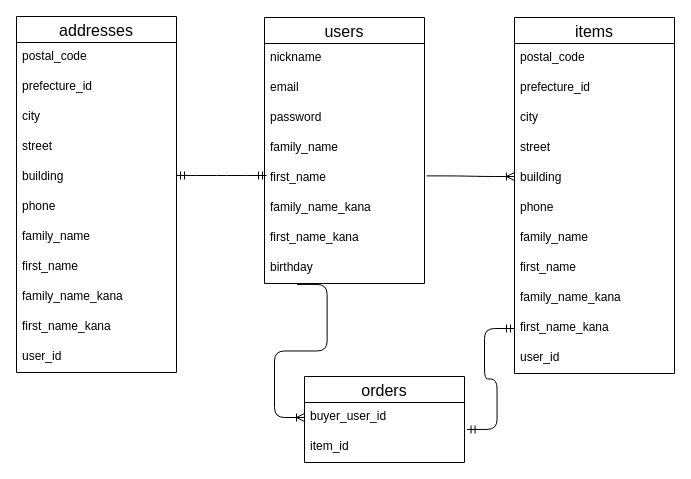
This is furima.dio from KENTA-AGAWA1984/furima-37672, a draw.io file, before an edit. Source tidied: cells renumbered, new cells numbered last; positions are measured from the earlier drawing's top-left corner, leaving out a move shared by most shapes. Both pictures are drawn from the tidied source at 100%, with x=0, y=0 at pixel (16, 16).
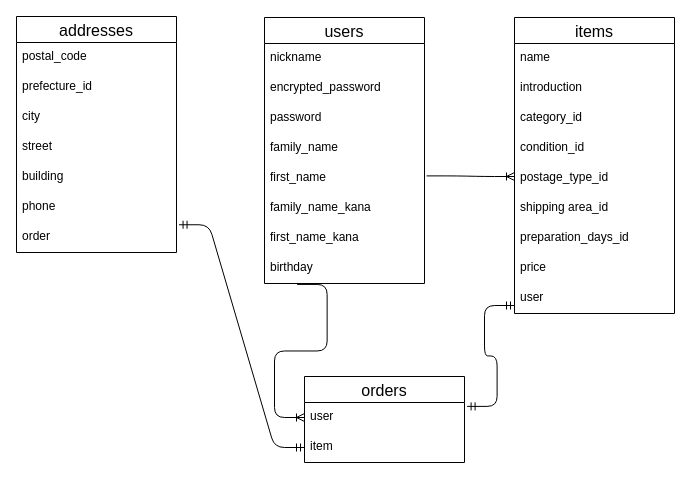
Above is the later version.

Commit message (it also covers changes not shown here):
レビュー後、READMEとER図を変更

Unchanged cells that the change refers to:
```xml
<mxCell id="2" value="users" style="swimlane;fontStyle=0;horizontal=1;startSize=26;align=center;fontSize=16;" parent="1" vertex="1">
  <mxGeometry x="248" y="1" width="160" height="266" as="geometry" />
</mxCell>
<mxCell id="37" value="orders" style="swimlane;fontStyle=0;horizontal=1;startSize=26;align=center;fontSize=16;" parent="1" vertex="1">
  <mxGeometry x="288" y="360" width="160" height="86" as="geometry" />
</mxCell>
```

Change to the diagram source:
```diff
@@
-    <mxCell id="4" value="email" style="text;strokeColor=none;fillColor=none;spacingLeft=4;spacingRight=4;overflow=hidden;fontSize=12;" parent="2" vertex="1">
+    <mxCell id="4" value="encrypted_password" style="text;strokeColor=none;fillColor=none;spacingLeft=4;spacingRight=4;overflow=hidden;fontSize=12;" parent="2" vertex="1">
       <mxGeometry y="56" width="160" height="30" as="geometry" />
     </mxCell>
@@
     <mxCell id="11" value="addresses " style="swimlane;fontStyle=0;horizontal=1;startSize=26;align=center;fontSize=16;fontColor=default;" parent="1" vertex="1">
-      <mxGeometry width="160" height="356" as="geometry" />
+      <mxGeometry width="160" height="236" as="geometry" />
     </mxCell>
@@
-    <mxCell id="18" value="family_name" style="text;strokeColor=none;fillColor=none;spacingLeft=4;spacingRight=4;overflow=hidden;fontSize=12;" parent="11" vertex="1">
-      <mxGeometry y="206" width="160" height="30" as="geometry" />
-    </mxCell>
-    <mxCell id="19" value="first_name" style="text;strokeColor=none;fillColor=none;spacingLeft=4;spacingRight=4;overflow=hidden;fontSize=12;" parent="11" vertex="1">
-      <mxGeometry y="236" width="160" height="30" as="geometry" />
-    </mxCell>
-    <mxCell id="20" value="family_name_kana" style="text;strokeColor=none;fillColor=none;spacingLeft=4;spacingRight=4;overflow=hidden;fontSize=12;" parent="11" vertex="1">
-      <mxGeometry y="266" width="160" height="30" as="geometry" />
-    </mxCell>
-    <mxCell id="21" value="first_name_kana" style="text;strokeColor=none;fillColor=none;spacingLeft=4;spacingRight=4;overflow=hidden;fontSize=12;" parent="11" vertex="1">
-      <mxGeometry y="296" width="160" height="30" as="geometry" />
-    </mxCell>
-    <mxCell id="22" value="user_id" style="text;strokeColor=none;fillColor=none;spacingLeft=4;spacingRight=4;overflow=hidden;points=[[0,0.5],[1,0.5]];portConstraint=eastwest;fontSize=12;" parent="11" vertex="1">
-      <mxGeometry y="326" width="160" height="30" as="geometry" />
+    <mxCell id="22" value="order" style="text;strokeColor=none;fillColor=none;spacingLeft=4;spacingRight=4;overflow=hidden;points=[[0,0.5],[1,0.5]];portConstraint=eastwest;fontSize=12;" parent="11" vertex="1">
+      <mxGeometry y="206" width="160" height="30" as="geometry" />
     </mxCell>
-    <mxCell id="23" style="edgeStyle=entityRelationEdgeStyle;fontSize=12;html=1;endArrow=ERmandOne;startArrow=ERmandOne;fontColor=default;" parent="1" edge="1">
-      <mxGeometry relative="1" as="geometry">
-        <mxPoint x="160" y="159" as="sourcePoint" />
-        <mxPoint x="250" y="159" as="targetPoint" />
-      </mxGeometry>
+    <mxCell id="23" style="edgeStyle=entityRelationEdgeStyle;fontSize=12;html=1;endArrow=ERmandOne;startArrow=ERmandOne;fontColor=default;entryX=0;entryY=0.5;entryDx=0;entryDy=0;exitX=1.016;exitY=0.075;exitDx=0;exitDy=0;exitPerimeter=0;" parent="1" edge="1" source="22" target="39">
+      <mxGeometry relative="1" as="geometry" />
     </mxCell>
     <mxCell id="24" value="items" style="swimlane;fontStyle=0;horizontal=1;startSize=26;align=center;fontSize=16;fontColor=default;" parent="1" vertex="1">
-      <mxGeometry x="498" y="1" width="160" height="356" as="geometry" />
+      <mxGeometry x="498" y="1" width="160" height="296" as="geometry" />
     </mxCell>
-    <mxCell id="25" value="postal_code" style="text;strokeColor=none;fillColor=none;spacingLeft=4;spacingRight=4;overflow=hidden;fontSize=12;" parent="24" vertex="1">
+    <mxCell id="25" value="name" style="text;strokeColor=none;fillColor=none;spacingLeft=4;spacingRight=4;overflow=hidden;fontSize=12;" parent="24" vertex="1">
       <mxGeometry y="26" width="160" height="30" as="geometry" />
     </mxCell>
-    <mxCell id="26" value="prefecture_id" style="text;strokeColor=none;fillColor=none;spacingLeft=4;spacingRight=4;overflow=hidden;fontSize=12;" parent="24" vertex="1">
+    <mxCell id="26" value="introduction" style="text;strokeColor=none;fillColor=none;spacingLeft=4;spacingRight=4;overflow=hidden;fontSize=12;" parent="24" vertex="1">
       <mxGeometry y="56" width="160" height="30" as="geometry" />
     </mxCell>
-    <mxCell id="27" value="city" style="text;strokeColor=none;fillColor=none;spacingLeft=4;spacingRight=4;overflow=hidden;fontSize=12;" parent="24" vertex="1">
+    <mxCell id="27" value="category_id" style="text;strokeColor=none;fillColor=none;spacingLeft=4;spacingRight=4;overflow=hidden;fontSize=12;" parent="24" vertex="1">
       <mxGeometry y="86" width="160" height="30" as="geometry" />
     </mxCell>
-    <mxCell id="28" value="street" style="text;strokeColor=none;fillColor=none;spacingLeft=4;spacingRight=4;overflow=hidden;fontSize=12;" parent="24" vertex="1">
+    <mxCell id="28" value="condition_id" style="text;strokeColor=none;fillColor=none;spacingLeft=4;spacingRight=4;overflow=hidden;fontSize=12;" parent="24" vertex="1">
       <mxGeometry y="116" width="160" height="30" as="geometry" />
     </mxCell>
-    <mxCell id="29" value="building" style="text;strokeColor=none;fillColor=none;spacingLeft=4;spacingRight=4;overflow=hidden;fontSize=12;" parent="24" vertex="1">
+    <mxCell id="29" value="postage_type_id" style="text;strokeColor=none;fillColor=none;spacingLeft=4;spacingRight=4;overflow=hidden;fontSize=12;" parent="24" vertex="1">
       <mxGeometry y="146" width="160" height="30" as="geometry" />
     </mxCell>
-    <mxCell id="30" value="phone" style="text;strokeColor=none;fillColor=none;spacingLeft=4;spacingRight=4;overflow=hidden;fontSize=12;" parent="24" vertex="1">
+    <mxCell id="30" value="shipping area_id " style="text;strokeColor=none;fillColor=none;spacingLeft=4;spacingRight=4;overflow=hidden;fontSize=12;" parent="24" vertex="1">
       <mxGeometry y="176" width="160" height="30" as="geometry" />
     </mxCell>
-    <mxCell id="31" value="family_name" style="text;strokeColor=none;fillColor=none;spacingLeft=4;spacingRight=4;overflow=hidden;fontSize=12;" parent="24" vertex="1">
+    <mxCell id="31" value="preparation_days_id" style="text;strokeColor=none;fillColor=none;spacingLeft=4;spacingRight=4;overflow=hidden;fontSize=12;" parent="24" vertex="1">
       <mxGeometry y="206" width="160" height="30" as="geometry" />
     </mxCell>
-    <mxCell id="32" value="first_name" style="text;strokeColor=none;fillColor=none;spacingLeft=4;spacingRight=4;overflow=hidden;fontSize=12;" parent="24" vertex="1">
+    <mxCell id="32" value="price" style="text;strokeColor=none;fillColor=none;spacingLeft=4;spacingRight=4;overflow=hidden;fontSize=12;" parent="24" vertex="1">
       <mxGeometry y="236" width="160" height="30" as="geometry" />
     </mxCell>
-    <mxCell id="33" value="family_name_kana" style="text;strokeColor=none;fillColor=none;spacingLeft=4;spacingRight=4;overflow=hidden;fontSize=12;" parent="24" vertex="1">
+    <mxCell id="33" value="user" style="text;strokeColor=none;fillColor=none;spacingLeft=4;spacingRight=4;overflow=hidden;fontSize=12;" parent="24" vertex="1">
       <mxGeometry y="266" width="160" height="30" as="geometry" />
     </mxCell>
-    <mxCell id="34" value="first_name_kana" style="text;strokeColor=none;fillColor=none;spacingLeft=4;spacingRight=4;overflow=hidden;fontSize=12;" parent="24" vertex="1">
-      <mxGeometry y="296" width="160" height="30" as="geometry" />
-    </mxCell>
-    <mxCell id="35" value="user_id" style="text;strokeColor=none;fillColor=none;spacingLeft=4;spacingRight=4;overflow=hidden;fontSize=12;" parent="24" vertex="1">
-      <mxGeometry y="326" width="160" height="30" as="geometry" />
-    </mxCell>
@@
-    <mxCell id="38" value="buyer_user_id" style="text;strokeColor=none;fillColor=none;spacingLeft=4;spacingRight=4;overflow=hidden;points=[[0,0.5],[1,0.5]];portConstraint=eastwest;fontSize=12;" parent="37" vertex="1">
+    <mxCell id="38" value="user" style="text;strokeColor=none;fillColor=none;spacingLeft=4;spacingRight=4;overflow=hidden;points=[[0,0.5],[1,0.5]];portConstraint=eastwest;fontSize=12;" parent="37" vertex="1">
       <mxGeometry y="26" width="160" height="30" as="geometry" />
     </mxCell>
-    <mxCell id="39" value="item_id" style="text;strokeColor=none;fillColor=none;spacingLeft=4;spacingRight=4;overflow=hidden;points=[[0,0.5],[1,0.5]];portConstraint=eastwest;fontSize=12;" parent="37" vertex="1">
+    <mxCell id="39" value="item" style="text;strokeColor=none;fillColor=none;spacingLeft=4;spacingRight=4;overflow=hidden;points=[[0,0.5],[1,0.5]];portConstraint=eastwest;fontSize=12;" parent="37" vertex="1">
       <mxGeometry y="56" width="160" height="30" as="geometry" />
     </mxCell>
@@
-    <mxCell id="41" style="edgeStyle=entityRelationEdgeStyle;fontSize=12;html=1;endArrow=ERmandOne;startArrow=ERmandOne;exitX=1.016;exitY=-0.102;exitDx=0;exitDy=0;exitPerimeter=0;" parent="1" edge="1" source="39">
+    <mxCell id="41" style="edgeStyle=entityRelationEdgeStyle;fontSize=12;html=1;endArrow=ERmandOne;startArrow=ERmandOne;exitX=1.016;exitY=-0.102;exitDx=0;exitDy=0;exitPerimeter=0;" parent="1" edge="1">
       <mxGeometry relative="1" as="geometry">
-        <mxPoint x="498" y="312" as="targetPoint" />
+        <mxPoint x="450.6" y="389.9" as="sourcePoint" />
+        <mxPoint x="498" y="289" as="targetPoint" />
       </mxGeometry>
     </mxCell>
```
